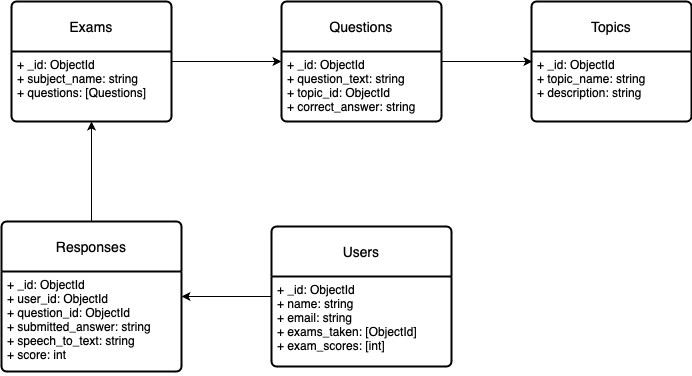
irfank123/ai_grader keeps this draw.io diagram as diagrams/ER_diagram.png. Above is the earlier version. Source tidied: cells renumbered, new cells last; positions are measured from the earlier drawing's top-left corner, leaving out a move shared by most shapes. The source it was exported from:
```xml
<mxGraphModel>
  <root>
    <mxCell id="0" />
    <mxCell id="1" parent="0" />
    <mxCell id="2" value="Questions" style="swimlane;horizontal=1;startSize=50;rounded=1;fontSize=14;fontStyle=0;strokeWidth=2;shadow=0;dashed=0;align=center;arcSize=4;whiteSpace=wrap;html=1;" parent="1" vertex="1">
      <mxGeometry x="280" width="160" height="120" as="geometry" />
    </mxCell>
    <mxCell id="3" value="+ _id: ObjectId&lt;br&gt;+ question_text: string&lt;br&gt;+ topic_id: ObjectId&lt;div&gt;+ correct_answer: string&lt;/div&gt;&lt;div&gt;&lt;br&gt;&lt;/div&gt;" style="align=left;strokeColor=none;fillColor=none;spacingLeft=4;fontSize=12;verticalAlign=top;html=1;" parent="2" vertex="1">
      <mxGeometry y="50" width="160" height="70" as="geometry" />
    </mxCell>
    <mxCell id="4" value="Topics" style="swimlane;horizontal=1;startSize=50;rounded=1;fontSize=14;fontStyle=0;strokeWidth=2;shadow=0;dashed=0;align=center;arcSize=4;whiteSpace=wrap;html=1;" parent="1" vertex="1">
      <mxGeometry x="530" width="160" height="120" as="geometry" />
    </mxCell>
    <mxCell id="5" value="&lt;div&gt;+ _id: ObjectId&lt;/div&gt;&lt;div&gt;+ topic_name: string&lt;/div&gt;&lt;div&gt;+ description: string&lt;/div&gt;" style="align=left;strokeColor=none;fillColor=none;spacingLeft=4;fontSize=12;verticalAlign=top;html=1;" parent="4" vertex="1">
      <mxGeometry y="50" width="160" height="70" as="geometry" />
    </mxCell>
    <mxCell id="6" style="edgeStyle=orthogonalEdgeStyle;rounded=0;jettySize=auto;html=1;entryX=0.5;entryY=1;entryDx=0;entryDy=0;" parent="1" edge="1" source="7" target="14">
      <mxGeometry relative="1" as="geometry" />
    </mxCell>
    <mxCell id="7" value="Responses" style="swimlane;horizontal=1;startSize=50;rounded=1;fontSize=14;fontStyle=0;strokeWidth=2;shadow=0;dashed=0;align=center;arcSize=4;whiteSpace=wrap;html=1;" parent="1" vertex="1">
      <mxGeometry y="220" width="180" height="150" as="geometry" />
    </mxCell>
    <mxCell id="8" value="&lt;div&gt;+ _id: ObjectId&lt;/div&gt;&lt;div&gt;+ user_id: ObjectId&lt;/div&gt;&lt;div&gt;+ question_id: ObjectId&lt;/div&gt;&lt;div&gt;+ submitted_answer: string&lt;/div&gt;&lt;div&gt;+ speech_to_text: string&lt;/div&gt;&lt;div&gt;+ score: int&lt;/div&gt;&lt;div&gt;&lt;br&gt;&lt;/div&gt;" style="align=left;strokeColor=none;fillColor=none;spacingLeft=4;fontSize=12;verticalAlign=top;html=1;" parent="7" vertex="1">
      <mxGeometry y="50" width="180" height="100" as="geometry" />
    </mxCell>
    <mxCell id="9" style="edgeStyle=orthogonalEdgeStyle;rounded=0;jettySize=auto;html=1;entryX=1;entryY=0.25;entryDx=0;entryDy=0;" parent="1" edge="1" source="10" target="8">
      <mxGeometry relative="1" as="geometry" />
    </mxCell>
    <mxCell id="10" value="Users" style="swimlane;horizontal=1;startSize=50;rounded=1;fontSize=14;fontStyle=0;strokeWidth=2;shadow=0;dashed=0;align=center;arcSize=4;whiteSpace=wrap;html=1;" parent="1" vertex="1">
      <mxGeometry x="270" y="225" width="180" height="140" as="geometry" />
    </mxCell>
    <mxCell id="11" value="&lt;div&gt;+ _id: ObjectId&lt;/div&gt;&lt;div&gt;+ name: string&lt;/div&gt;&lt;div&gt;+ email: string&lt;/div&gt;&lt;div&gt;+ exams_taken: [ObjectId]&lt;/div&gt;&lt;div&gt;+ exam_scores: [int]&lt;/div&gt;" style="align=left;strokeColor=none;fillColor=none;spacingLeft=4;fontSize=12;verticalAlign=top;html=1;" parent="10" vertex="1">
      <mxGeometry y="50" width="180" height="90" as="geometry" />
    </mxCell>
    <mxCell id="12" style="edgeStyle=orthogonalEdgeStyle;rounded=0;jettySize=auto;html=1;entryX=0;entryY=0.5;entryDx=0;entryDy=0;" parent="1" edge="1" source="13" target="2">
      <mxGeometry relative="1" as="geometry" />
    </mxCell>
    <mxCell id="13" value="Exams" style="swimlane;horizontal=1;startSize=50;rounded=1;fontSize=14;fontStyle=0;strokeWidth=2;shadow=0;dashed=0;align=center;arcSize=4;whiteSpace=wrap;html=1;" parent="1" vertex="1">
      <mxGeometry x="10" width="160" height="120" as="geometry" />
    </mxCell>
    <mxCell id="14" value="&lt;div&gt;+ _id: ObjectId&lt;/div&gt;&lt;div&gt;+ subject_name: string&lt;/div&gt;&lt;div&gt;+ questions: [Questions]&lt;/div&gt;" style="align=left;strokeColor=none;fillColor=none;spacingLeft=4;fontSize=12;verticalAlign=top;html=1;" parent="13" vertex="1">
      <mxGeometry y="50" width="160" height="70" as="geometry" />
    </mxCell>
    <mxCell id="15" style="edgeStyle=orthogonalEdgeStyle;rounded=0;jettySize=auto;html=1;entryX=0.006;entryY=0.143;entryDx=0;entryDy=0;entryPerimeter=0;" parent="1" edge="1" source="2" target="5">
      <mxGeometry relative="1" as="geometry" />
    </mxCell>
  </root>
</mxGraphModel>
```
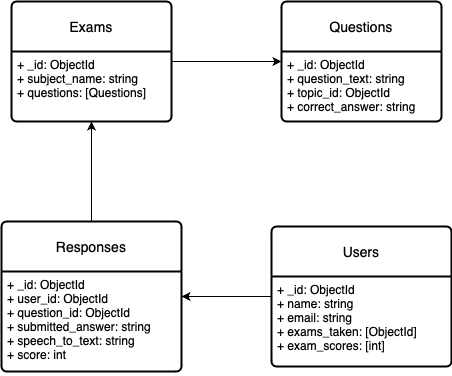
After the commit.

The edit, as a diff of the source:
```diff
@@ -8,12 +8,6 @@
     <mxCell id="3" value="+ _id: ObjectId&lt;br&gt;+ question_text: string&lt;br&gt;+ topic_id: ObjectId&lt;div&gt;+ correct_answer: string&lt;/div&gt;&lt;div&gt;&lt;br&gt;&lt;/div&gt;" style="align=left;strokeColor=none;fillColor=none;spacingLeft=4;fontSize=12;verticalAlign=top;html=1;" parent="2" vertex="1">
       <mxGeometry y="50" width="160" height="70" as="geometry" />
     </mxCell>
-    <mxCell id="4" value="Topics" style="swimlane;horizontal=1;startSize=50;rounded=1;fontSize=14;fontStyle=0;strokeWidth=2;shadow=0;dashed=0;align=center;arcSize=4;whiteSpace=wrap;html=1;" parent="1" vertex="1">
-      <mxGeometry x="530" width="160" height="120" as="geometry" />
-    </mxCell>
-    <mxCell id="5" value="&lt;div&gt;+ _id: ObjectId&lt;/div&gt;&lt;div&gt;+ topic_name: string&lt;/div&gt;&lt;div&gt;+ description: string&lt;/div&gt;" style="align=left;strokeColor=none;fillColor=none;spacingLeft=4;fontSize=12;verticalAlign=top;html=1;" parent="4" vertex="1">
-      <mxGeometry y="50" width="160" height="70" as="geometry" />
-    </mxCell>
     <mxCell id="6" style="edgeStyle=orthogonalEdgeStyle;rounded=0;jettySize=auto;html=1;entryX=0.5;entryY=1;entryDx=0;entryDy=0;" parent="1" edge="1" source="7" target="14">
       <mxGeometry relative="1" as="geometry" />
     </mxCell>
@@ -41,8 +35,5 @@
     <mxCell id="14" value="&lt;div&gt;+ _id: ObjectId&lt;/div&gt;&lt;div&gt;+ subject_name: string&lt;/div&gt;&lt;div&gt;+ questions: [Questions]&lt;/div&gt;" style="align=left;strokeColor=none;fillColor=none;spacingLeft=4;fontSize=12;verticalAlign=top;html=1;" parent="13" vertex="1">
       <mxGeometry y="50" width="160" height="70" as="geometry" />
     </mxCell>
-    <mxCell id="15" style="edgeStyle=orthogonalEdgeStyle;rounded=0;jettySize=auto;html=1;entryX=0.006;entryY=0.143;entryDx=0;entryDy=0;entryPerimeter=0;" parent="1" edge="1" source="2" target="5">
-      <mxGeometry relative="1" as="geometry" />
-    </mxCell>
   </root>
 </mxGraphModel>
```
